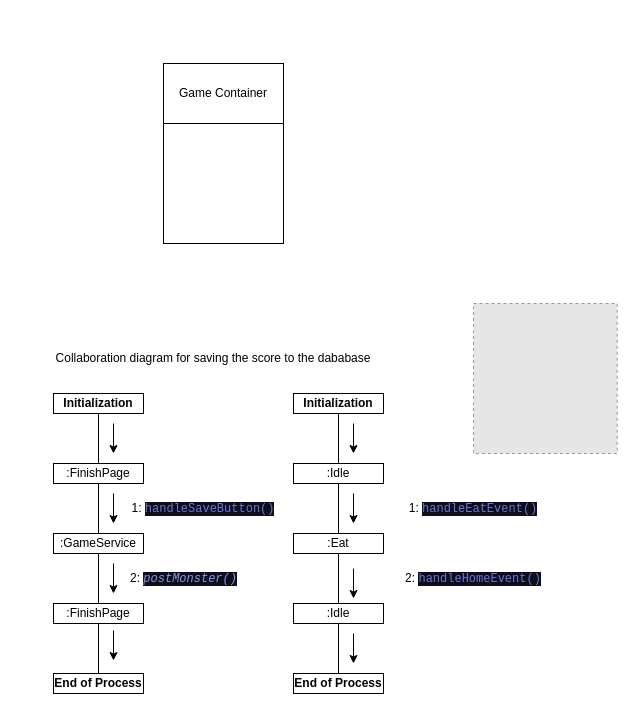
Earlier version of the draw.io diagram diagram.drawio (sandramolina/diagrams). Source tidied: cells renumbered, new cells numbered last; positions are measured from the earlier drawing's top-left corner, leaving out a move shared by most shapes. Both pictures are drawn from the tidied source at 100%, with x=0, y=0 at pixel (53, 63). Pictures stored in the file or linked from it are replaced by grey dashed boxes.
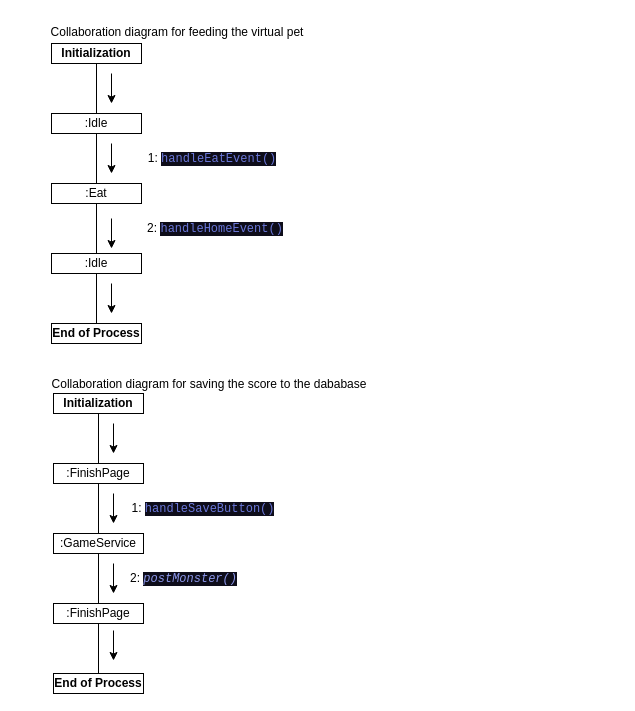
The same diagram, later.

Change to the diagram source:
```diff
@@
-    <mxCell id="2" value="Game Container" style="rounded=0;whiteSpace=wrap;html=1;" parent="1" vertex="1">
-      <mxGeometry x="110" width="120" height="60" as="geometry" />
-    </mxCell>
-    <mxCell id="3" style="whiteSpace=wrap;html=1;" parent="1" vertex="1">
-      <mxGeometry x="110" y="60" width="120" height="120" as="geometry" />
-    </mxCell>
     <mxCell id="4" value="Collaboration diagram for saving the score to the dababase" style="text;html=1;strokeColor=none;fillColor=none;align=center;verticalAlign=middle;whiteSpace=wrap;rounded=0;" parent="1" vertex="1">
-      <mxGeometry y="280" width="320" height="30" as="geometry" />
+      <mxGeometry x="-4" y="306" width="320" height="30" as="geometry" />
     </mxCell>
@@
-    <mxCell id="20" style="fillColor=#E6E6E6;strokeColor=#999999;dashed=1;verticalLabelPosition=bottom;labelBackgroundColor=default;verticalAlign=top;" parent="1" vertex="1">
-      <mxGeometry x="420" y="240" width="143.7" height="150" as="geometry" />
-    </mxCell>
@@
     <mxCell id="22" value="&lt;b&gt;Initialization&lt;/b&gt;" style="rounded=0;whiteSpace=wrap;html=1;" parent="1" vertex="1">
-      <mxGeometry x="240" y="330" width="90" height="20" as="geometry" />
+      <mxGeometry x="-2" y="-20" width="90" height="20" as="geometry" />
     </mxCell>
@@
     <mxCell id="24" value=":Idle" style="rounded=0;whiteSpace=wrap;html=1;" parent="1" vertex="1">
-      <mxGeometry x="240" y="400" width="90" height="20" as="geometry" />
+      <mxGeometry x="-2" y="50" width="90" height="20" as="geometry" />
     </mxCell>
     <mxCell id="25" style="endArrow=classic;html=1;rounded=0;" parent="1" edge="1">
       <mxGeometry relative="1" as="geometry">
-        <mxPoint x="300" y="360" as="sourcePoint" />
-        <mxPoint x="300" y="390" as="targetPoint" />
+        <mxPoint x="58" y="10" as="sourcePoint" />
+        <mxPoint x="58" y="40" as="targetPoint" />
       </mxGeometry>
     </mxCell>
@@
     <mxCell id="27" value=":Eat" style="rounded=0;whiteSpace=wrap;html=1;" parent="1" vertex="1">
-      <mxGeometry x="240" y="470" width="90" height="20" as="geometry" />
+      <mxGeometry x="-2" y="120" width="90" height="20" as="geometry" />
     </mxCell>
     <mxCell id="28" style="endArrow=classic;html=1;rounded=0;" parent="1" edge="1">
       <mxGeometry relative="1" as="geometry">
-        <mxPoint x="300" y="430" as="sourcePoint" />
-        <mxPoint x="300" y="460" as="targetPoint" />
+        <mxPoint x="58" y="80" as="sourcePoint" />
+        <mxPoint x="58" y="110" as="targetPoint" />
       </mxGeometry>
     </mxCell>
     <mxCell id="29" value="1:&amp;nbsp;&lt;span style=&quot;color: rgb(106, 119, 216); background-color: rgb(14, 13, 26); font-family: &amp;quot;JetBrains Mono&amp;quot;, &amp;quot;Fira Code&amp;quot;, monospace, Menlo, Monaco, &amp;quot;Courier New&amp;quot;, monospace;&quot;&gt;handleEatEvent()&lt;/span&gt;" style="text;html=1;strokeColor=none;fillColor=none;align=center;verticalAlign=middle;whiteSpace=wrap;rounded=0;" parent="1" vertex="1">
-      <mxGeometry x="340" y="430" width="160" height="30" as="geometry" />
+      <mxGeometry x="79" y="80" width="160" height="30" as="geometry" />
     </mxCell>
@@
     <mxCell id="31" value=":Idle" style="rounded=0;whiteSpace=wrap;html=1;" parent="1" vertex="1">
-      <mxGeometry x="240" y="540" width="90" height="20" as="geometry" />
+      <mxGeometry x="-2" y="190" width="90" height="20" as="geometry" />
     </mxCell>
     <mxCell id="32" style="endArrow=classic;html=1;rounded=0;" parent="1" edge="1">
       <mxGeometry relative="1" as="geometry">
-        <mxPoint x="300" y="505" as="sourcePoint" />
-        <mxPoint x="300" y="535" as="targetPoint" />
+        <mxPoint x="58" y="155" as="sourcePoint" />
+        <mxPoint x="58" y="185" as="targetPoint" />
       </mxGeometry>
     </mxCell>
     <mxCell id="33" value="2:&amp;nbsp;&lt;span style=&quot;color: rgb(106, 119, 216); background-color: rgb(14, 13, 26); font-family: &amp;quot;JetBrains Mono&amp;quot;, &amp;quot;Fira Code&amp;quot;, monospace, Menlo, Monaco, &amp;quot;Courier New&amp;quot;, monospace;&quot;&gt;handleHomeEvent()&lt;/span&gt;" style="text;html=1;strokeColor=none;fillColor=none;align=center;verticalAlign=middle;whiteSpace=wrap;rounded=0;" parent="1" vertex="1">
-      <mxGeometry x="340" y="500" width="160" height="30" as="geometry" />
+      <mxGeometry x="82" y="150" width="160" height="30" as="geometry" />
     </mxCell>
     <mxCell id="34" value="&lt;b&gt;End of Process&lt;/b&gt;" style="rounded=0;whiteSpace=wrap;html=1;" parent="1" vertex="1">
-      <mxGeometry x="240" y="610" width="90" height="20" as="geometry" />
+      <mxGeometry x="-2" y="260" width="90" height="20" as="geometry" />
     </mxCell>
     <mxCell id="35" style="endArrow=classic;html=1;rounded=0;" parent="1" edge="1">
       <mxGeometry relative="1" as="geometry">
-        <mxPoint x="300" y="570" as="sourcePoint" />
-        <mxPoint x="300" y="600" as="targetPoint" />
+        <mxPoint x="58" y="220" as="sourcePoint" />
+        <mxPoint x="58" y="250" as="targetPoint" />
       </mxGeometry>
     </mxCell>
+    <mxCell id="36" value="Collaboration diagram for feeding the virtual pet" style="text;html=1;strokeColor=none;fillColor=none;align=center;verticalAlign=middle;whiteSpace=wrap;rounded=0;" parent="1" vertex="1">
+      <mxGeometry x="-36" y="-46" width="320" height="30" as="geometry" />
+    </mxCell>
```
